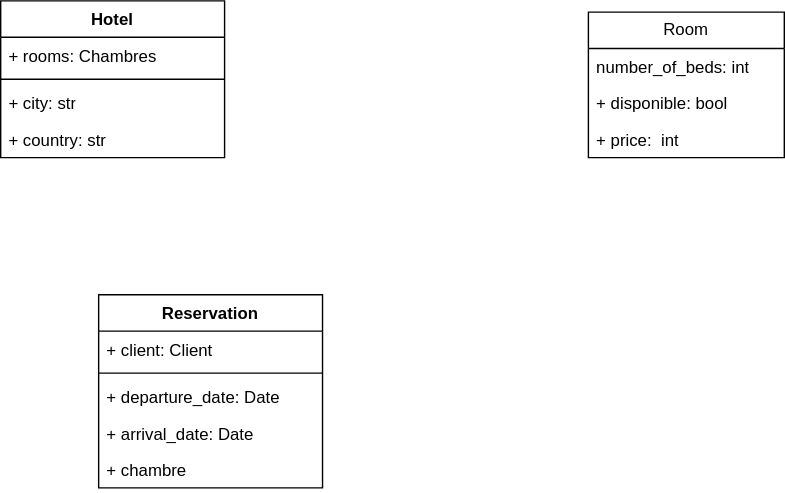
Earlier version of the draw.io export UML.svg (antonver/Hotel-project). Source tidied: cells renumbered, new cells last; positions are measured from the earlier drawing's top-left corner, leaving out a move shared by most shapes.
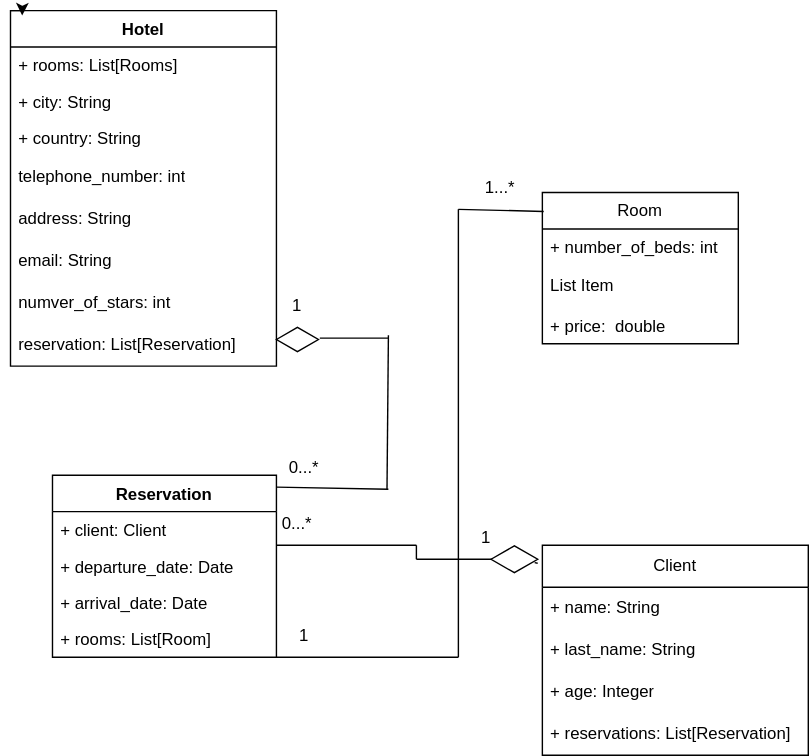
Above is the later version.

Change to the diagram source:
```diff
@@ -3,49 +3,159 @@
     <mxCell id="0" />
     <mxCell id="1" parent="0" />
     <mxCell id="2" value="Hotel" style="swimlane;fontStyle=1;align=center;verticalAlign=top;horizontal=1;startSize=26;whiteSpace=wrap;html=1;" parent="1" vertex="1">
-      <mxGeometry width="160" height="112" as="geometry" />
+      <mxGeometry x="40" y="-122" width="190" height="254" as="geometry" />
     </mxCell>
-    <mxCell id="3" value="+ rooms: Chambres" style="text;strokeColor=none;fillColor=none;align=left;verticalAlign=top;spacingLeft=4;spacingRight=4;overflow=hidden;whiteSpace=wrap;html=1;" parent="2" vertex="1">
-      <mxGeometry y="26" width="160" height="26" as="geometry" />
+    <mxCell id="3" value="+ rooms: List[Rooms]" style="text;strokeColor=none;fillColor=none;align=left;verticalAlign=top;spacingLeft=4;spacingRight=4;overflow=hidden;whiteSpace=wrap;html=1;" parent="2" vertex="1">
+      <mxGeometry y="26" width="190" height="26" as="geometry" />
     </mxCell>
-    <mxCell id="4" style="line;strokeWidth=1;fillColor=none;align=left;verticalAlign=middle;spacingTop=-1;spacingLeft=3;spacingRight=3;labelPosition=right;strokeColor=inherit;" parent="2" vertex="1">
-      <mxGeometry y="52" width="160" height="8" as="geometry" />
-    </mxCell>
-    <mxCell id="5" value="+ city: str" style="text;strokeColor=none;fillColor=none;align=left;verticalAlign=top;spacingLeft=4;spacingRight=4;overflow=hidden;whiteSpace=wrap;html=1;" parent="2" vertex="1">
-      <mxGeometry y="60" width="160" height="26" as="geometry" />
+    <mxCell id="5" value="+ city: String" style="text;strokeColor=none;fillColor=none;align=left;verticalAlign=top;spacingLeft=4;spacingRight=4;overflow=hidden;whiteSpace=wrap;html=1;" parent="2" vertex="1">
+      <mxGeometry y="52" width="190" height="26" as="geometry" />
     </mxCell>
-    <mxCell id="6" value="+ country: str" style="text;strokeColor=none;fillColor=none;align=left;verticalAlign=top;spacingLeft=4;spacingRight=4;overflow=hidden;whiteSpace=wrap;html=1;" parent="2" vertex="1">
-      <mxGeometry y="86" width="160" height="26" as="geometry" />
+    <mxCell id="6" value="+ country: String" style="text;strokeColor=none;fillColor=none;align=left;verticalAlign=top;spacingLeft=4;spacingRight=4;overflow=hidden;whiteSpace=wrap;html=1;" parent="2" vertex="1">
+      <mxGeometry y="78" width="190" height="26" as="geometry" />
     </mxCell>
+    <mxCell id="17" value="telephone_number: int" style="text;strokeColor=none;fillColor=none;align=left;verticalAlign=middle;spacingLeft=4;spacingRight=4;overflow=hidden;whiteSpace=wrap;html=1;" parent="2" vertex="1">
+      <mxGeometry y="104" width="190" height="30" as="geometry" />
+    </mxCell>
+    <mxCell id="18" value="address: String" style="text;strokeColor=none;fillColor=none;align=left;verticalAlign=middle;spacingLeft=4;spacingRight=4;overflow=hidden;whiteSpace=wrap;html=1;" parent="2" vertex="1">
+      <mxGeometry y="134" width="190" height="30" as="geometry" />
+    </mxCell>
+    <mxCell id="19" value="email: String" style="text;strokeColor=none;fillColor=none;align=left;verticalAlign=middle;spacingLeft=4;spacingRight=4;overflow=hidden;whiteSpace=wrap;html=1;" parent="2" vertex="1">
+      <mxGeometry y="164" width="190" height="30" as="geometry" />
+    </mxCell>
+    <mxCell id="20" value="numver_of_stars: int" style="text;strokeColor=none;fillColor=none;align=left;verticalAlign=middle;spacingLeft=4;spacingRight=4;overflow=hidden;whiteSpace=wrap;html=1;" parent="2" vertex="1">
+      <mxGeometry y="194" width="190" height="30" as="geometry" />
+    </mxCell>
+    <mxCell id="21" value="reservation: List[Reservation]" style="text;strokeColor=none;fillColor=none;align=left;verticalAlign=middle;spacingLeft=4;spacingRight=4;overflow=hidden;whiteSpace=wrap;html=1;" parent="2" vertex="1">
+      <mxGeometry y="224" width="190" height="30" as="geometry" />
+    </mxCell>
     <mxCell id="7" value="Room" style="swimlane;fontStyle=0;horizontal=1;startSize=26;fillColor=none;whiteSpace=wrap;html=1;" parent="1" vertex="1">
-      <mxGeometry x="420" y="8" width="140" height="104" as="geometry" />
+      <mxGeometry x="420" y="8" width="140" height="108" as="geometry" />
     </mxCell>
-    <mxCell id="8" value="number_of_beds: int" style="text;strokeColor=none;fillColor=none;align=left;verticalAlign=top;spacingLeft=4;spacingRight=4;overflow=hidden;whiteSpace=wrap;html=1;" parent="7" vertex="1">
+    <mxCell id="8" value="+ number_of_beds: int" style="text;strokeColor=none;fillColor=none;align=left;verticalAlign=top;spacingLeft=4;spacingRight=4;overflow=hidden;whiteSpace=wrap;html=1;" parent="7" vertex="1">
       <mxGeometry y="26" width="140" height="26" as="geometry" />
     </mxCell>
-    <mxCell id="9" value="+ disponible: bool" style="text;strokeColor=none;fillColor=none;align=left;verticalAlign=top;spacingLeft=4;spacingRight=4;overflow=hidden;whiteSpace=wrap;html=1;" parent="7" vertex="1">
-      <mxGeometry y="52" width="140" height="26" as="geometry" />
-    </mxCell>
+    <mxCell id="22" value="List Item" style="text;strokeColor=none;fillColor=none;align=left;verticalAlign=middle;spacingLeft=4;spacingRight=4;overflow=hidden;whiteSpace=wrap;html=1;" parent="7" vertex="1">
+      <mxGeometry y="52" width="140" height="30" as="geometry" />
+    </mxCell>
-    <mxCell id="10" value="+ price:&amp;nbsp; int" style="text;strokeColor=none;fillColor=none;align=left;verticalAlign=top;spacingLeft=4;spacingRight=4;overflow=hidden;whiteSpace=wrap;html=1;" parent="7" vertex="1">
-      <mxGeometry y="78" width="140" height="26" as="geometry" />
+    <mxCell id="10" value="+ price:&amp;nbsp; double" style="text;strokeColor=none;fillColor=none;align=left;verticalAlign=top;spacingLeft=4;spacingRight=4;overflow=hidden;whiteSpace=wrap;html=1;" parent="7" vertex="1">
+      <mxGeometry y="82" width="140" height="26" as="geometry" />
     </mxCell>
     <mxCell id="11" value="Reservation" style="swimlane;fontStyle=1;align=center;verticalAlign=top;horizontal=1;startSize=26;whiteSpace=wrap;html=1;" parent="1" vertex="1">
-      <mxGeometry x="70" y="210" width="160" height="138" as="geometry" />
+      <mxGeometry x="70" y="210" width="160" height="130" as="geometry" />
     </mxCell>
     <mxCell id="12" value="+ client: Client" style="text;strokeColor=none;fillColor=none;align=left;verticalAlign=top;spacingLeft=4;spacingRight=4;overflow=hidden;whiteSpace=wrap;html=1;" parent="11" vertex="1">
       <mxGeometry y="26" width="160" height="26" as="geometry" />
     </mxCell>
-    <mxCell id="13" style="line;strokeWidth=1;fillColor=none;align=left;verticalAlign=middle;spacingTop=-1;spacingLeft=3;spacingRight=3;labelPosition=right;strokeColor=inherit;" parent="11" vertex="1">
-      <mxGeometry y="52" width="160" height="8" as="geometry" />
-    </mxCell>
     <mxCell id="14" value="+ departure_date: Date" style="text;strokeColor=none;fillColor=none;align=left;verticalAlign=top;spacingLeft=4;spacingRight=4;overflow=hidden;whiteSpace=wrap;html=1;" parent="11" vertex="1">
-      <mxGeometry y="60" width="160" height="26" as="geometry" />
+      <mxGeometry y="52" width="160" height="26" as="geometry" />
     </mxCell>
     <mxCell id="15" value="+ arrival_date: Date" style="text;strokeColor=none;fillColor=none;align=left;verticalAlign=top;spacingLeft=4;spacingRight=4;overflow=hidden;whiteSpace=wrap;html=1;" parent="11" vertex="1">
-      <mxGeometry y="86" width="160" height="26" as="geometry" />
+      <mxGeometry y="78" width="160" height="26" as="geometry" />
     </mxCell>
-    <mxCell id="16" value="+ chambre" style="text;strokeColor=none;fillColor=none;align=left;verticalAlign=top;spacingLeft=4;spacingRight=4;overflow=hidden;whiteSpace=wrap;html=1;" parent="11" vertex="1">
-      <mxGeometry y="112" width="160" height="26" as="geometry" />
+    <mxCell id="16" value="+ rooms: List[Room]" style="text;strokeColor=none;fillColor=none;align=left;verticalAlign=top;spacingLeft=4;spacingRight=4;overflow=hidden;whiteSpace=wrap;html=1;" parent="11" vertex="1">
+      <mxGeometry y="104" width="160" height="26" as="geometry" />
     </mxCell>
+    <mxCell id="23" value="Client" style="swimlane;fontStyle=0;horizontal=1;startSize=30;whiteSpace=wrap;html=1;" parent="1" vertex="1">
+      <mxGeometry x="420" y="260" width="190" height="150" as="geometry" />
+    </mxCell>
+    <mxCell id="24" value="+ name: String" style="text;strokeColor=none;fillColor=none;align=left;verticalAlign=middle;spacingLeft=4;spacingRight=4;overflow=hidden;whiteSpace=wrap;html=1;" parent="23" vertex="1">
+      <mxGeometry y="30" width="190" height="30" as="geometry" />
+    </mxCell>
+    <mxCell id="25" value="+ last_name: String" style="text;strokeColor=none;fillColor=none;align=left;verticalAlign=middle;spacingLeft=4;spacingRight=4;overflow=hidden;whiteSpace=wrap;html=1;" parent="23" vertex="1">
+      <mxGeometry y="60" width="190" height="30" as="geometry" />
+    </mxCell>
+    <mxCell id="26" value="+ age: Integer" style="text;strokeColor=none;fillColor=none;align=left;verticalAlign=middle;spacingLeft=4;spacingRight=4;overflow=hidden;whiteSpace=wrap;html=1;" parent="23" vertex="1">
+      <mxGeometry y="90" width="190" height="30" as="geometry" />
+    </mxCell>
+    <mxCell id="27" value="+ reservations: List[Reservation]" style="text;strokeColor=none;fillColor=none;align=left;verticalAlign=middle;spacingLeft=4;spacingRight=4;overflow=hidden;whiteSpace=wrap;html=1;" parent="23" vertex="1">
+      <mxGeometry y="120" width="190" height="30" as="geometry" />
+    </mxCell>
+    <mxCell id="28" style="edgeStyle=orthogonalEdgeStyle;rounded=0;orthogonalLoop=1;jettySize=auto;html=1;exitX=0;exitY=0;exitDx=0;exitDy=0;entryX=0.044;entryY=0.014;entryDx=0;entryDy=0;entryPerimeter=0;" parent="1" edge="1" source="2" target="2">
+      <mxGeometry relative="1" as="geometry" />
+    </mxCell>
+    <mxCell id="29" style="endArrow=none;html=1;rounded=0;exitX=1;exitY=0.065;exitDx=0;exitDy=0;exitPerimeter=0;" parent="1" edge="1" source="11">
+      <mxGeometry relative="1" as="geometry">
+        <mxPoint x="310" y="220" as="targetPoint" />
+      </mxGeometry>
+    </mxCell>
+    <mxCell id="30" style="endArrow=none;html=1;rounded=0;" parent="1" edge="1" target="31">
+      <mxGeometry relative="1" as="geometry">
+        <mxPoint x="230" y="112" as="sourcePoint" />
+      </mxGeometry>
+    </mxCell>
+    <mxCell id="31" style="html=1;whiteSpace=wrap;shape=isoRectangle;" parent="1" vertex="1">
+      <mxGeometry x="230" y="104" width="30" height="18" as="geometry" />
+    </mxCell>
+    <mxCell id="32" style="endArrow=none;html=1;rounded=0;" parent="1" edge="1">
+      <mxGeometry relative="1" as="geometry">
+        <mxPoint x="230" y="340" as="sourcePoint" />
+        <mxPoint x="360" y="340" as="targetPoint" />
+      </mxGeometry>
+    </mxCell>
+    <mxCell id="33" style="endArrow=none;html=1;rounded=0;" parent="1" edge="1">
+      <mxGeometry relative="1" as="geometry">
+        <mxPoint x="360" y="340" as="sourcePoint" />
+        <mxPoint x="360" y="20" as="targetPoint" />
+      </mxGeometry>
+    </mxCell>
+    <mxCell id="34" style="endArrow=none;html=1;rounded=0;entryX=0.007;entryY=0.125;entryDx=0;entryDy=0;entryPerimeter=0;" parent="1" edge="1" target="7">
+      <mxGeometry relative="1" as="geometry">
+        <mxPoint x="360" y="20" as="sourcePoint" />
+      </mxGeometry>
+    </mxCell>
+    <mxCell id="35" style="endArrow=none;html=1;rounded=0;" parent="1" edge="1">
+      <mxGeometry relative="1" as="geometry">
+        <mxPoint x="230" y="260" as="sourcePoint" />
+        <mxPoint x="330" y="260" as="targetPoint" />
+      </mxGeometry>
+    </mxCell>
+    <mxCell id="36" style="endArrow=none;html=1;rounded=0;" parent="1" edge="1">
+      <mxGeometry relative="1" as="geometry">
+        <mxPoint x="330" y="270" as="sourcePoint" />
+        <mxPoint x="330" y="260" as="targetPoint" />
+      </mxGeometry>
+    </mxCell>
+    <mxCell id="37" style="endArrow=none;html=1;rounded=0;entryX=-0.029;entryY=0.083;entryDx=0;entryDy=0;entryPerimeter=0;" parent="1" edge="1" source="44" target="23">
+      <mxGeometry relative="1" as="geometry" />
+    </mxCell>
+    <mxCell id="38" style="endArrow=none;html=1;rounded=0;" parent="1" edge="1">
+      <mxGeometry relative="1" as="geometry">
+        <mxPoint x="309" y="220" as="sourcePoint" />
+        <mxPoint x="310" y="110" as="targetPoint" />
+      </mxGeometry>
+    </mxCell>
+    <mxCell id="39" style="endArrow=none;html=1;rounded=0;exitX=1.033;exitY=0.444;exitDx=0;exitDy=0;exitPerimeter=0;" parent="1" edge="1" source="31">
+      <mxGeometry relative="1" as="geometry">
+        <mxPoint x="310" y="112" as="targetPoint" />
+      </mxGeometry>
+    </mxCell>
+    <mxCell id="40" value="0...*" style="text;html=1;strokeColor=none;fillColor=none;align=center;verticalAlign=middle;whiteSpace=wrap;rounded=0;" parent="1" vertex="1">
+      <mxGeometry x="220" y="190" width="60" height="30" as="geometry" />
+    </mxCell>
+    <mxCell id="41" value="1" style="text;html=1;strokeColor=none;fillColor=none;align=center;verticalAlign=middle;whiteSpace=wrap;rounded=0;" parent="1" vertex="1">
+      <mxGeometry x="215" y="74" width="60" height="30" as="geometry" />
+    </mxCell>
+    <mxCell id="42" value="0...*" style="text;html=1;strokeColor=none;fillColor=none;align=center;verticalAlign=middle;whiteSpace=wrap;rounded=0;" parent="1" vertex="1">
+      <mxGeometry x="215" y="230" width="60" height="30" as="geometry" />
+    </mxCell>
+    <mxCell id="43" style="endArrow=none;html=1;rounded=0;entryX=0.25;entryY=1;entryDx=0;entryDy=0;" parent="1" edge="1">
+      <mxGeometry relative="1" as="geometry">
+        <mxPoint x="330" y="270" as="sourcePoint" />
+        <mxPoint x="385" y="270" as="targetPoint" />
+      </mxGeometry>
+    </mxCell>
+    <mxCell id="44" style="html=1;whiteSpace=wrap;shape=isoRectangle;" parent="1" vertex="1">
+      <mxGeometry x="383.3" y="260" width="33.3" height="20" as="geometry" />
+    </mxCell>
+    <mxCell id="45" value="1" style="text;html=1;strokeColor=none;fillColor=none;align=center;verticalAlign=middle;whiteSpace=wrap;rounded=0;" parent="1" vertex="1">
+      <mxGeometry x="350" y="240" width="60" height="30" as="geometry" />
+    </mxCell>
+    <mxCell id="46" value="1" style="text;html=1;strokeColor=none;fillColor=none;align=center;verticalAlign=middle;whiteSpace=wrap;rounded=0;" parent="1" vertex="1">
+      <mxGeometry x="220" y="310" width="60" height="30" as="geometry" />
+    </mxCell>
+    <mxCell id="47" value="1...*" style="text;html=1;strokeColor=none;fillColor=none;align=center;verticalAlign=middle;whiteSpace=wrap;rounded=0;" parent="1" vertex="1">
+      <mxGeometry x="360" y="-10" width="60" height="30" as="geometry" />
+    </mxCell>
   </root>
 </mxGraphModel>
```
